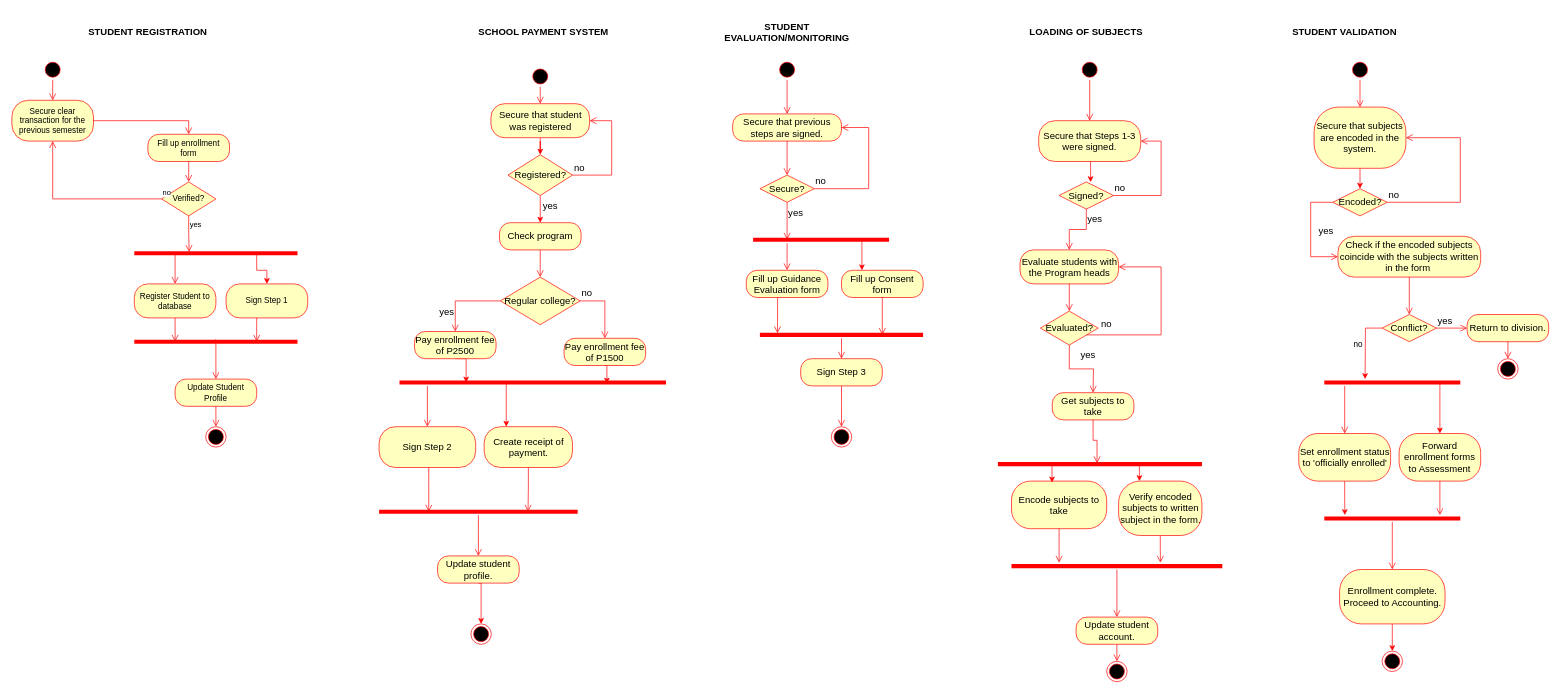
John-Rey-Pial/Draw-IO keeps this draw.io diagram as Untitled Diagram.drawio. Above is the earlier version. Source tidied: cells renumbered, new cells numbered last; positions are measured from the earlier drawing's top-left corner, leaving out a move shared by most shapes. Both pictures are drawn from the tidied source at 68%, with x=0, y=0 at pixel (12, 12).
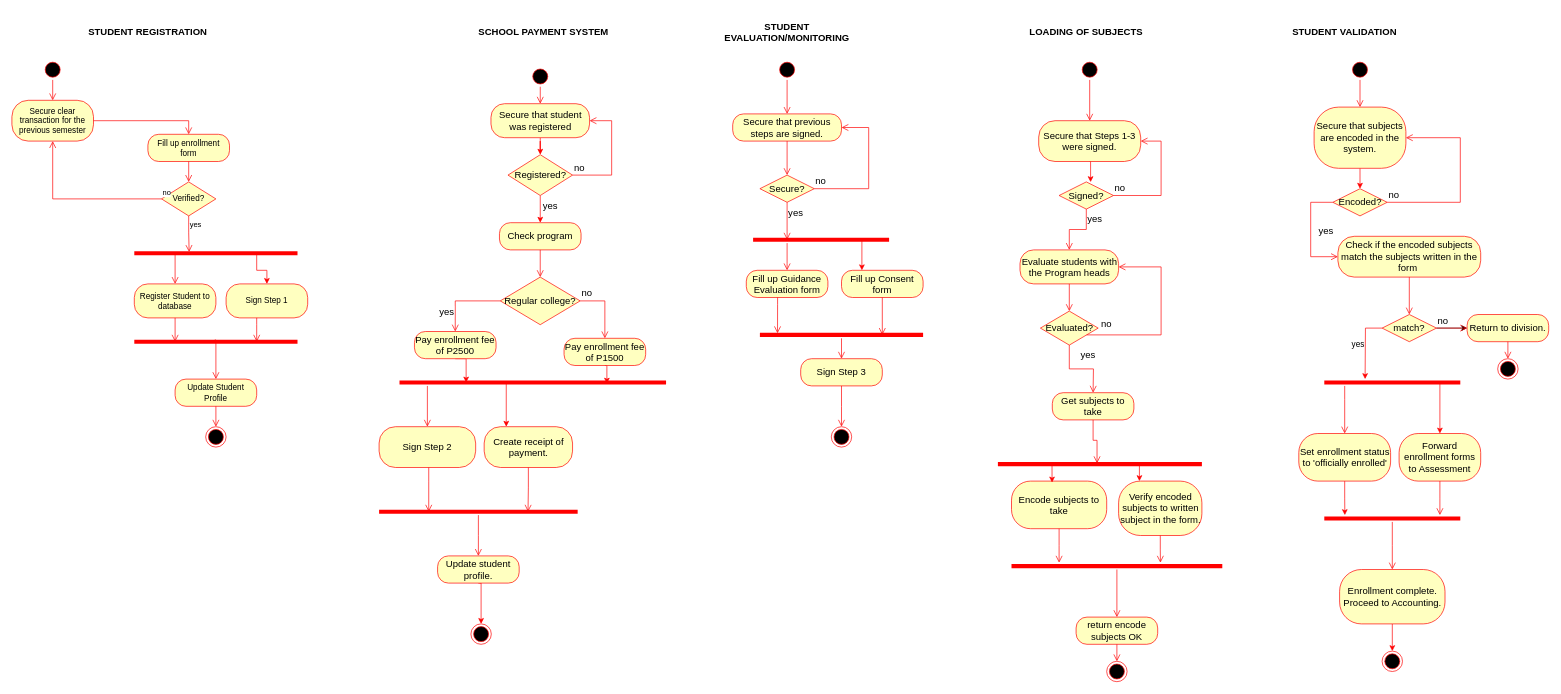
After the change.

The change refers to these unchanged cells:
```xml
<mxCell id="114" value="Return to division." style="rounded=1;whiteSpace=wrap;html=1;arcSize=40;fontColor=#000000;fillColor=#ffffc0;strokeColor=#ff0000;fontSize=14;" parent="1" vertex="1">
  <mxGeometry x="2140" y="445" width="120" height="40" as="geometry" />
</mxCell>
```

Diff of the diagram source:
```diff
@@
-    <mxCell id="98" value="Update student account." style="rounded=1;whiteSpace=wrap;html=1;arcSize=40;fontColor=#000000;fillColor=#ffffc0;strokeColor=#ff0000;fontSize=14;" parent="1" vertex="1">
+    <mxCell id="98" value="return encode subjects OK" style="rounded=1;whiteSpace=wrap;html=1;arcSize=40;fontColor=#000000;fillColor=#ffffc0;strokeColor=#ff0000;fontSize=14;" parent="1" vertex="1">
       <mxGeometry x="1565" y="890" width="120" height="40" as="geometry" />
     </mxCell>
@@
-    <mxCell id="109" value="Check if the encoded subjects coincide with the subjects written in the form&amp;nbsp;" style="rounded=1;whiteSpace=wrap;html=1;arcSize=40;fontColor=#000000;fillColor=#ffffc0;strokeColor=#ff0000;fontSize=14;" parent="1" vertex="1">
+    <mxCell id="109" value="Check if the encoded subjects match the subjects written in the form&amp;nbsp;" style="rounded=1;whiteSpace=wrap;html=1;arcSize=40;fontColor=#000000;fillColor=#ffffc0;strokeColor=#ff0000;fontSize=14;" parent="1" vertex="1">
       <mxGeometry x="1950" y="330" width="210" height="60" as="geometry" />
     </mxCell>
@@
+    <mxCell id="130" style="edgeStyle=orthogonalEdgeStyle;rounded=0;jettySize=auto;html=1;" parent="1" edge="1" source="112" target="114">
+      <mxGeometry relative="1" as="geometry" />
+    </mxCell>
-    <mxCell id="112" value="Conflict?" style="rhombus;whiteSpace=wrap;html=1;fillColor=#ffffc0;strokeColor=#ff0000;fontSize=14;" parent="1" vertex="1">
+    <mxCell id="112" value="match?" style="rhombus;whiteSpace=wrap;html=1;fillColor=#ffffc0;strokeColor=#ff0000;fontSize=14;" parent="1" vertex="1">
       <mxGeometry x="2015" y="445" width="80" height="40" as="geometry" />
     </mxCell>
-    <mxCell id="113" value="yes" style="edgeStyle=orthogonalEdgeStyle;html=1;align=left;verticalAlign=bottom;endArrow=open;endSize=8;strokeColor=#ff0000;rounded=0;fontSize=14;entryX=0;entryY=0.5;entryDx=0;entryDy=0;" parent="1" edge="1" source="112" target="114">
+    <mxCell id="113" value="no" style="edgeStyle=orthogonalEdgeStyle;html=1;align=left;verticalAlign=bottom;endArrow=open;endSize=8;strokeColor=#ff0000;rounded=0;fontSize=14;entryX=0;entryY=0.5;entryDx=0;entryDy=0;" parent="1" edge="1" source="112" target="114">
       <mxGeometry x="-1" relative="1" as="geometry" />
     </mxCell>
@@
-    <mxCell id="129" value="no" style="text;html=1;strokeColor=none;fillColor=none;align=center;verticalAlign=middle;whiteSpace=wrap;rounded=0;" parent="1" vertex="1">
+    <mxCell id="129" value="yes" style="text;html=1;strokeColor=none;fillColor=none;align=center;verticalAlign=middle;whiteSpace=wrap;rounded=0;" parent="1" vertex="1">
       <mxGeometry x="1950" y="475" width="60" height="30" as="geometry" />
     </mxCell>
```
